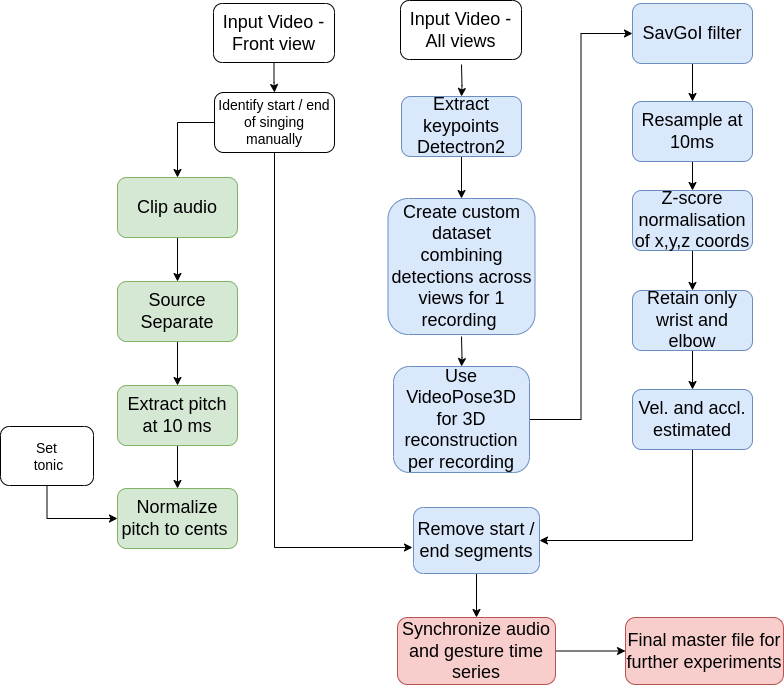
Above: Process3D.png in DAP-Lab/hindustani_raga_dataset_processing (draw.io), before the change. Source tidied: cells renumbered, new cells last; positions are measured from the earlier drawing's top-left corner, leaving out a move shared by most shapes.
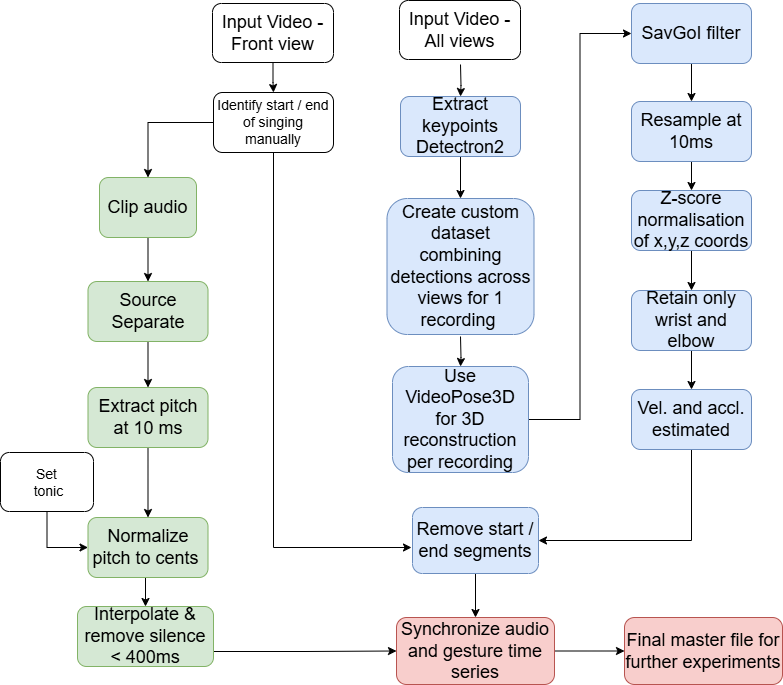
The same file after the commit.

Commit message:
process3D changed to include interpolation

Diff of the diagram source:
```diff
@@ -12,13 +12,13 @@
       <mxGeometry relative="1" as="geometry" />
     </mxCell>
     <mxCell id="5" value="&lt;font style=&quot;font-size: 18px;&quot;&gt;Source Separate&lt;/font&gt;" style="rounded=1;whiteSpace=wrap;html=1;fillColor=#d5e8d4;strokeColor=#82b366;" parent="1" vertex="1">
-      <mxGeometry x="117" y="281" width="120" height="60" as="geometry" />
+      <mxGeometry x="88.5" y="281" width="120" height="60" as="geometry" />
     </mxCell>
-    <mxCell id="6" style="edgeStyle=orthogonalEdgeStyle;rounded=0;jettySize=auto;html=1;exitX=0.5;exitY=1;exitDx=0;exitDy=0;" parent="1" edge="1" source="7" target="27">
+    <mxCell id="6" style="edgeStyle=orthogonalEdgeStyle;rounded=0;jettySize=auto;html=1;" parent="1" edge="1" source="7" target="27">
       <mxGeometry relative="1" as="geometry" />
     </mxCell>
     <mxCell id="7" value="Extract pitch at 10 ms" style="rounded=1;whiteSpace=wrap;html=1;fontSize=18;fillColor=#d5e8d4;strokeColor=#82b366;" parent="1" vertex="1">
-      <mxGeometry x="117" y="385" width="120" height="60" as="geometry" />
+      <mxGeometry x="88.5" y="387" width="120" height="60" as="geometry" />
     </mxCell>
     <mxCell id="8" style="edgeStyle=orthogonalEdgeStyle;rounded=0;jettySize=auto;html=1;fontSize=18;" parent="1" edge="1" target="10">
       <mxGeometry relative="1" as="geometry">
@@ -79,10 +79,13 @@
       <mxGeometry relative="1" as="geometry" />
     </mxCell>
     <mxCell id="26" value="&lt;font style=&quot;font-size: 18px;&quot;&gt;Clip audio&lt;/font&gt;" style="rounded=1;whiteSpace=wrap;html=1;fillColor=#d5e8d4;strokeColor=#82b366;" parent="1" vertex="1">
-      <mxGeometry x="117" y="177" width="120" height="60" as="geometry" />
+      <mxGeometry x="100" y="177" width="97" height="60" as="geometry" />
     </mxCell>
+    <mxCell id="39" style="edgeStyle=orthogonalEdgeStyle;rounded=0;jettySize=auto;html=1;exitX=0.5;exitY=1;exitDx=0;exitDy=0;entryX=0.5;entryY=0;entryDx=0;entryDy=0;" parent="1" edge="1" source="27" target="41">
+      <mxGeometry relative="1" as="geometry" />
+    </mxCell>
     <mxCell id="27" value="Normalize pitch to cents&amp;nbsp;" style="rounded=1;whiteSpace=wrap;html=1;fontSize=18;fillColor=#d5e8d4;strokeColor=#82b366;" parent="1" vertex="1">
-      <mxGeometry x="117" y="488" width="120" height="60" as="geometry" />
+      <mxGeometry x="88.5" y="517" width="120" height="60" as="geometry" />
     </mxCell>
     <mxCell id="28" style="edgeStyle=orthogonalEdgeStyle;rounded=0;jettySize=auto;html=1;exitX=1;exitY=0.5;exitDx=0;exitDy=0;entryX=0;entryY=0.5;entryDx=0;entryDy=0;" parent="1" edge="1" source="29" target="33">
       <mxGeometry relative="1" as="geometry" />
@@ -115,7 +118,13 @@
       <mxGeometry relative="1" as="geometry" />
     </mxCell>
     <mxCell id="38" value="&lt;font style=&quot;font-size: 14px;&quot;&gt;Set&lt;br&gt;&amp;nbsp;tonic&lt;/font&gt;" style="rounded=1;whiteSpace=wrap;html=1;" parent="1" vertex="1">
-      <mxGeometry y="426" width="93" height="59" as="geometry" />
+      <mxGeometry x="1" y="452" width="93" height="59" as="geometry" />
     </mxCell>
+    <mxCell id="40" style="edgeStyle=orthogonalEdgeStyle;rounded=0;jettySize=auto;html=1;exitX=1;exitY=0.75;exitDx=0;exitDy=0;" parent="1" edge="1" source="41" target="29">
+      <mxGeometry relative="1" as="geometry" />
+    </mxCell>
+    <mxCell id="41" value="Interpolate &amp;amp; remove silence &amp;lt; 400ms" style="rounded=1;whiteSpace=wrap;html=1;fontSize=18;fillColor=#d5e8d4;strokeColor=#82b366;" parent="1" vertex="1">
+      <mxGeometry x="78" y="606" width="136" height="60" as="geometry" />
+    </mxCell>
   </root>
 </mxGraphModel>
```
